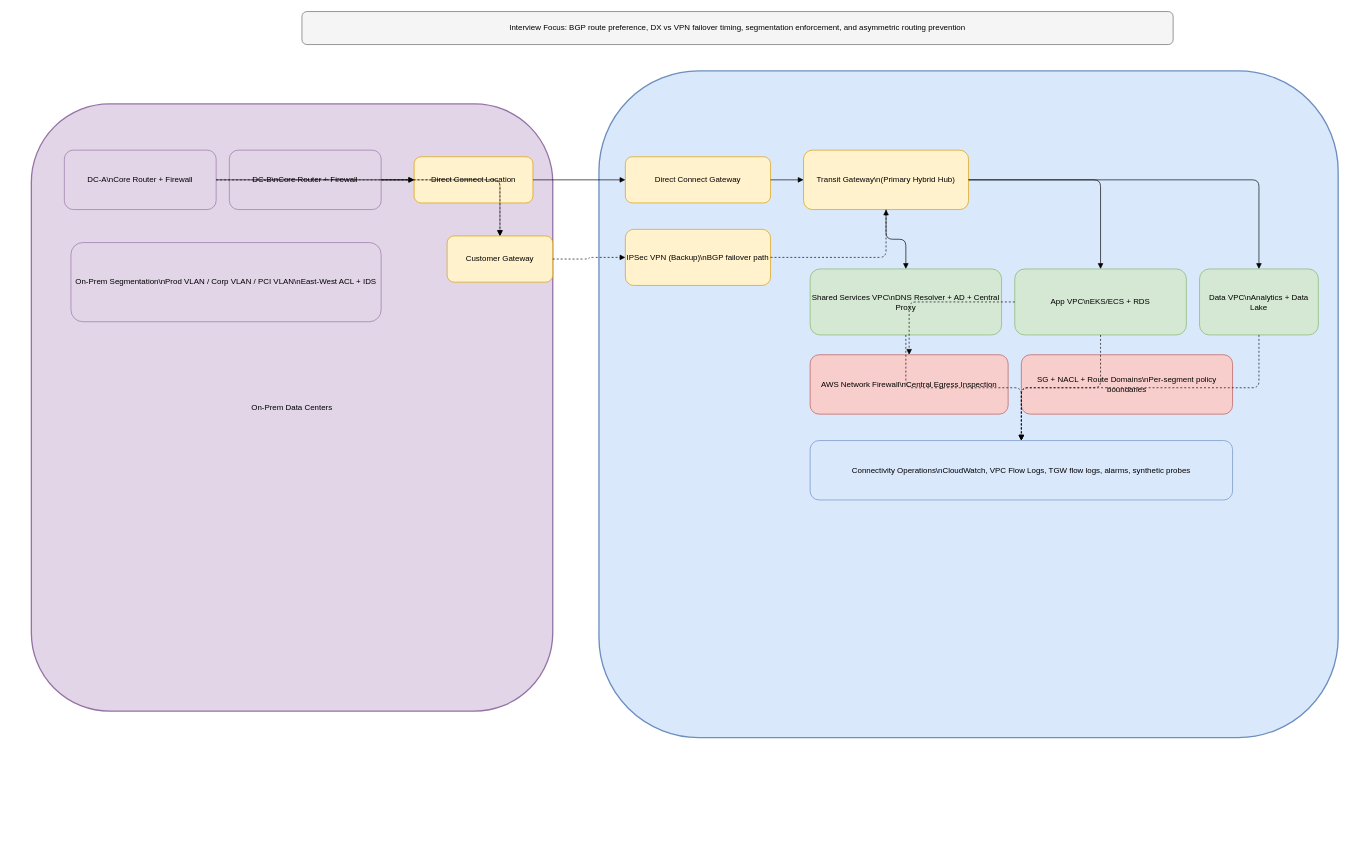
The draw.io diagram diagrams/drawio/aws-hybrid-connectivity-dx-vpn.drawio in dhananjay8/leetcode, before the edit. Source tidied: cells renumbered, new cells numbered last; positions are measured from the earlier drawing's top-left corner, leaving out a move shared by most shapes. Both pictures are drawn from the tidied source at 66%, with x=0, y=0 at pixel (31, 11).
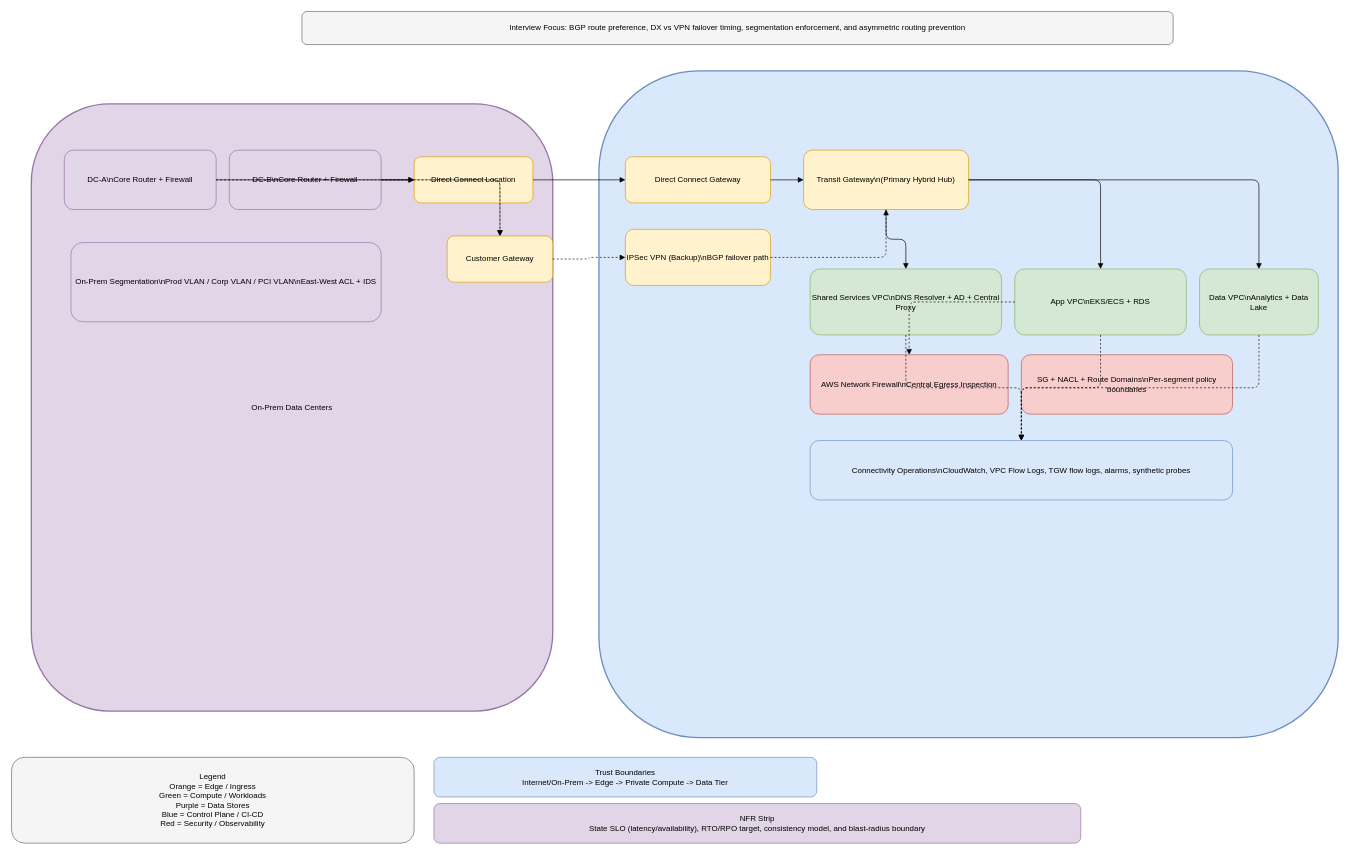
The same diagram, later.

Diff of the diagram source:
```diff
@@
+    <mxCell id="34" value="Legend&#10;Orange = Edge / Ingress&#10;Green = Compute / Workloads&#10;Purple = Data Stores&#10;Blue = Control Plane / CI-CD&#10;Red = Security / Observability" style="rounded=1;whiteSpace=wrap;html=1;strokeColor=#666666;fillColor=#f5f5f5;" parent="1" vertex="1">
+      <mxGeometry x="-30" y="1130" width="610" height="130" as="geometry" />
+    </mxCell>
+    <mxCell id="35" value="Trust Boundaries&#10;Internet/On-Prem -&gt; Edge -&gt; Private Compute -&gt; Data Tier" style="rounded=1;whiteSpace=wrap;html=1;strokeColor=#6c8ebf;fillColor=#dae8fc;" parent="1" vertex="1">
+      <mxGeometry x="610" y="1130" width="580" height="60" as="geometry" />
+    </mxCell>
+    <mxCell id="36" value="NFR Strip&#10;State SLO (latency/availability), RTO/RPO target, consistency model, and blast-radius boundary" style="rounded=1;whiteSpace=wrap;html=1;strokeColor=#9673a6;fillColor=#e1d5e7;" parent="1" vertex="1">
+      <mxGeometry x="610" y="1200" width="980" height="60" as="geometry" />
+    </mxCell>
```
